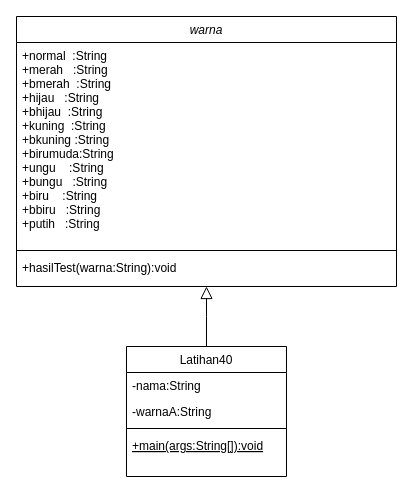
This is Latihan40.drawio from muhammadfauzanfadhlulbarr/PBO10K-10119176-Latihan-40-Warna-Kepribadian, a draw.io file, before an edit. Source tidied: cells renumbered, new cells numbered last; positions are measured from the earlier drawing's top-left corner, leaving out a move shared by most shapes. Both pictures are drawn from the tidied source at 100%, with x=0, y=0 at pixel (16, 16).
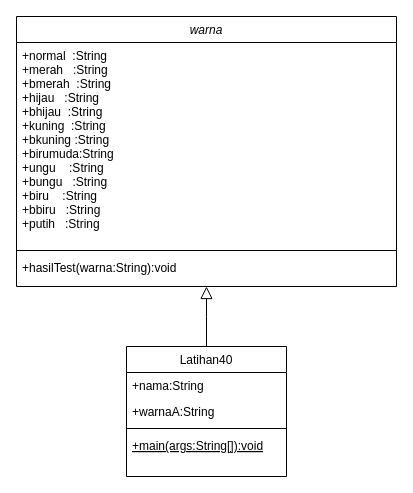
After the change.

The edit, as a diff of the source:
```diff
@@
 <mxGraphModel>
   <root>
     <mxCell id="0" />
     <mxCell id="1" parent="0" />
     <mxCell id="2" value="warna" style="swimlane;fontStyle=2;align=center;verticalAlign=top;horizontal=1;startSize=26;rounded=0;shadow=0;strokeWidth=1;" parent="1" vertex="1">
       <mxGeometry width="380" height="270" as="geometry" />
     </mxCell>
     <mxCell id="3" value="+normal  :String &#10;+merah   :String &#10;+bmerah  :String &#10;+hijau   :String &#10;+bhijau  :String &#10;+kuning  :String &#10;+bkuning :String &#10;+birumuda:String &#10;+ungu    :String &#10;+bungu   :String &#10;+biru    :String &#10;+bbiru   :String &#10;+putih   :String" style="text;align=left;verticalAlign=top;spacingLeft=4;spacingRight=4;overflow=hidden;" parent="2" vertex="1">
       <mxGeometry y="26" width="380" height="204" as="geometry" />
     </mxCell>
     <mxCell id="4" style="line;html=1;strokeWidth=1;align=left;verticalAlign=middle;spacingTop=-1;spacingLeft=3;spacingRight=3;labelPosition=right;" parent="2" vertex="1">
       <mxGeometry y="230" width="380" height="8" as="geometry" />
     </mxCell>
     <mxCell id="5" value="+hasilTest(warna:String):void" style="text;align=left;verticalAlign=top;spacingLeft=4;spacingRight=4;overflow=hidden;" parent="2" vertex="1">
       <mxGeometry y="238" width="380" height="26" as="geometry" />
     </mxCell>
     <mxCell id="6" value="Latihan40" style="swimlane;fontStyle=0;align=center;verticalAlign=top;horizontal=1;startSize=26;rounded=0;shadow=0;strokeWidth=1;" parent="1" vertex="1">
       <mxGeometry x="110" y="330" width="160" height="130" as="geometry" />
     </mxCell>
-    <mxCell id="7" value="-nama:String" style="text;align=left;verticalAlign=top;spacingLeft=4;spacingRight=4;overflow=hidden;" parent="6" vertex="1">
+    <mxCell id="7" value="+nama:String" style="text;align=left;verticalAlign=top;spacingLeft=4;spacingRight=4;overflow=hidden;" parent="6" vertex="1">
       <mxGeometry y="26" width="160" height="26" as="geometry" />
     </mxCell>
-    <mxCell id="8" value="-warnaA:String" style="text;align=left;verticalAlign=top;spacingLeft=4;spacingRight=4;overflow=hidden;" parent="6" vertex="1">
+    <mxCell id="8" value="+warnaA:String" style="text;align=left;verticalAlign=top;spacingLeft=4;spacingRight=4;overflow=hidden;" parent="6" vertex="1">
       <mxGeometry y="52" width="160" height="26" as="geometry" />
     </mxCell>
     <mxCell id="9" style="line;html=1;strokeWidth=1;align=left;verticalAlign=middle;spacingTop=-1;spacingLeft=3;spacingRight=3;labelPosition=right;" parent="6" vertex="1">
       <mxGeometry y="78" width="160" height="8" as="geometry" />
     </mxCell>
     <mxCell id="10" value="+main(args:String[]):void" style="text;align=left;verticalAlign=top;spacingLeft=4;spacingRight=4;overflow=hidden;fontStyle=4;" parent="6" vertex="1">
       <mxGeometry y="86" width="160" height="18" as="geometry" />
     </mxCell>
     <mxCell id="11" style="endArrow=block;endSize=10;endFill=0;shadow=0;strokeWidth=1;rounded=0;edgeStyle=elbowEdgeStyle;elbow=vertical;" parent="1" edge="1" source="6" target="2">
       <mxGeometry relative="1" as="geometry" />
     </mxCell>
   </root>
 </mxGraphModel>
```
